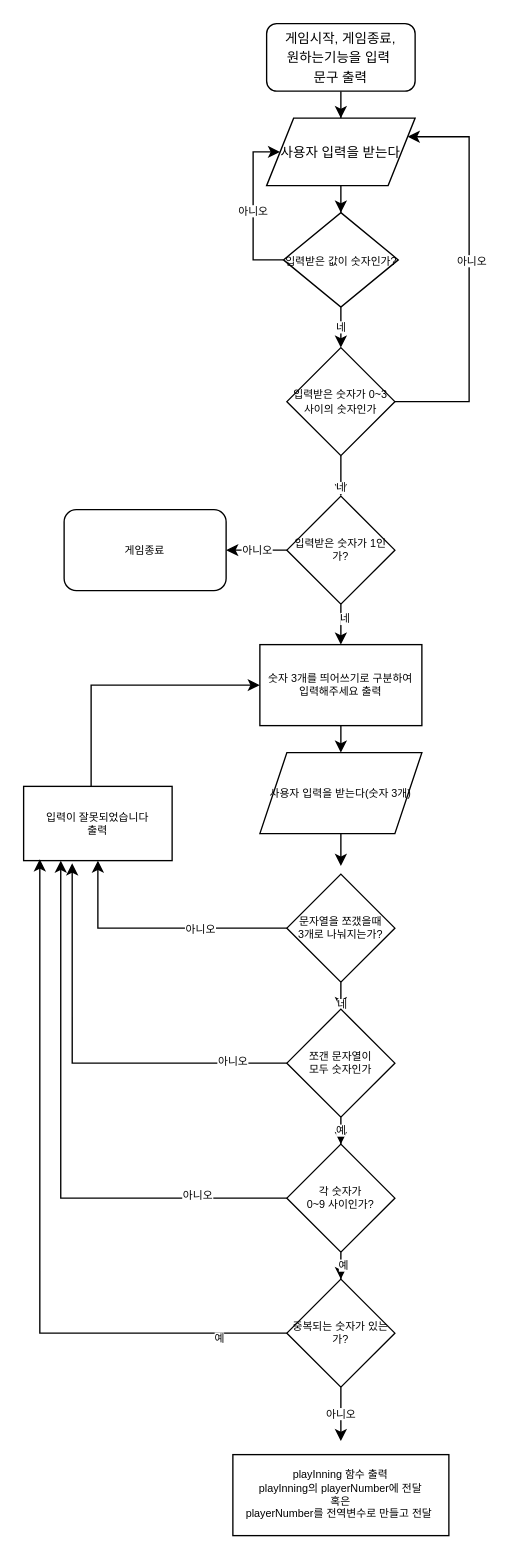
The draw.io diagram page "Page-1" (1 of 2) of STEP2 순서도.drawio in na-young-kwon/ios-number-baseball, before the edit. Source tidied: cells renumbered, new cells numbered last; positions are measured from the earlier drawing's top-left corner, leaving out a move shared by most shapes. Both pictures are drawn from the tidied source at 135%, with x=0, y=0 at pixel (23, 23).
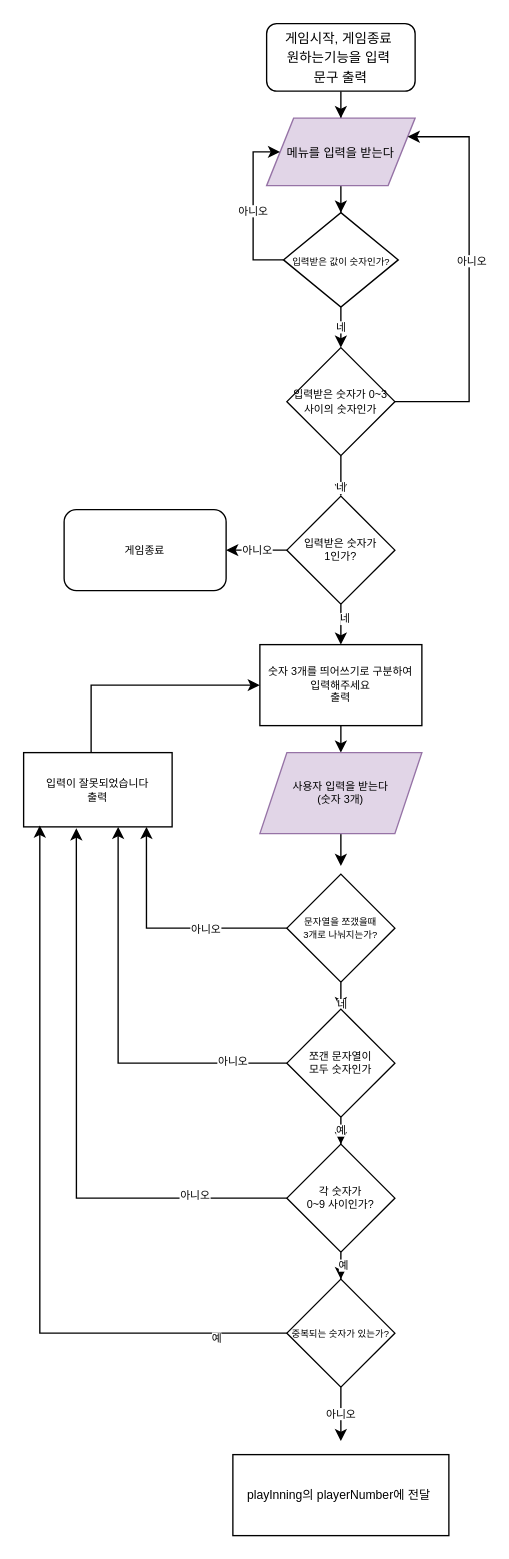
After the change.

Unchanged cells that the change refers to:
```xml
<mxCell id="34" value="쪼갠 문자열이 &lt;br&gt;모두 숫자인가" style="rhombus;whiteSpace=wrap;html=1;fontSize=8;" parent="1" vertex="1">
  <mxGeometry x="195" y="730" width="80" height="80" as="geometry" />
</mxCell>
<mxCell id="39" value="각 숫자가 &lt;br&gt;0~9 사이인가?" style="rhombus;whiteSpace=wrap;html=1;fontSize=8;" parent="1" vertex="1">
  <mxGeometry x="195" y="830" width="80" height="80" as="geometry" />
</mxCell>
```

What changed in the source:
```diff
@@
-<mxGraphModel>
+<mxGraphModel background="#FFFFFF">
@@
-    <mxCell id="3" value="&lt;font style=&quot;font-size: 10px&quot;&gt;게임시작, 게임종료, &lt;br&gt;원하는기능을 입력&amp;nbsp;&lt;br&gt;문구 출력&lt;/font&gt;" style="rounded=1;whiteSpace=wrap;html=1;" parent="1" vertex="1">
+    <mxCell id="3" value="&lt;font style=&quot;font-size: 10px&quot;&gt;게임시작, 게임종료&amp;nbsp;&lt;br&gt;원하는기능을 입력&amp;nbsp;&lt;br&gt;문구 출력&lt;/font&gt;" style="rounded=1;whiteSpace=wrap;html=1;" parent="1" vertex="1">
       <mxGeometry x="180" width="110" height="50" as="geometry" />
     </mxCell>
@@
-    <mxCell id="5" value="&lt;font style=&quot;font-size: 10px&quot;&gt;사용자 입력을 받는다&lt;/font&gt;" style="shape=parallelogram;perimeter=parallelogramPerimeter;whiteSpace=wrap;html=1;fixedSize=1;" parent="1" vertex="1">
+    <mxCell id="5" value="&lt;font style=&quot;font-size: 9px&quot;&gt;메뉴를 입력을 받는다&lt;/font&gt;" style="shape=parallelogram;perimeter=parallelogramPerimeter;whiteSpace=wrap;html=1;fixedSize=1;fillColor=#e1d5e7;strokeColor=#9673a6;" parent="1" vertex="1">
       <mxGeometry x="180" y="70" width="110" height="50" as="geometry" />
     </mxCell>
@@
-    <mxCell id="9" value="&lt;font style=&quot;font-size: 8px&quot;&gt;입력받은 값이 숫자인가?&lt;/font&gt;" style="rhombus;whiteSpace=wrap;html=1;fontSize=10;" parent="1" vertex="1">
+    <mxCell id="9" value="&lt;font style=&quot;font-size: 7px&quot;&gt;입력받은 값이 숫자인가?&lt;/font&gt;" style="rhombus;whiteSpace=wrap;html=1;fontSize=10;" parent="1" vertex="1">
       <mxGeometry x="192.5" y="140" width="85" height="70" as="geometry" />
     </mxCell>
@@
-    <mxCell id="16" value="숫자 3개를 띄어쓰기로 구분하여 &lt;br&gt;입력해주세요 출력" style="rounded=0;whiteSpace=wrap;html=1;fontSize=8;" parent="1" vertex="1">
+    <mxCell id="16" value="숫자 3개를 띄어쓰기로 구분하여 &lt;br&gt;입력해주세요 &lt;br&gt;출력" style="rounded=0;whiteSpace=wrap;html=1;fontSize=8;" parent="1" vertex="1">
       <mxGeometry x="175" y="460" width="120" height="60" as="geometry" />
     </mxCell>
@@
-    <mxCell id="20" value="입력받은 숫자가 1인가?" style="rhombus;whiteSpace=wrap;html=1;fontSize=8;" parent="1" vertex="1">
+    <mxCell id="20" value="입력받은 숫자가 &lt;br&gt;1인가?" style="rhombus;whiteSpace=wrap;html=1;fontSize=8;" parent="1" vertex="1">
       <mxGeometry x="195" y="350" width="80" height="80" as="geometry" />
     </mxCell>
@@
-    <mxCell id="23" value="사용자 입력을 받는다(숫자 3개)" style="shape=parallelogram;perimeter=parallelogramPerimeter;whiteSpace=wrap;html=1;fixedSize=1;fontSize=8;" parent="1" vertex="1">
+    <mxCell id="23" value="사용자 입력을 받는다&lt;br&gt;(숫자 3개)" style="shape=parallelogram;perimeter=parallelogramPerimeter;whiteSpace=wrap;html=1;fixedSize=1;fontSize=8;fillColor=#e1d5e7;strokeColor=#9673a6;" parent="1" vertex="1">
       <mxGeometry x="175" y="540" width="120" height="60" as="geometry" />
     </mxCell>
@@
-    <mxCell id="26" style="edgeStyle=orthogonalEdgeStyle;rounded=0;jettySize=auto;html=1;fontSize=8;" parent="1" edge="1" source="28" target="30">
+    <mxCell id="26" style="edgeStyle=orthogonalEdgeStyle;rounded=0;jettySize=auto;html=1;fontSize=8;entryX=0.827;entryY=1;entryDx=0;entryDy=0;entryPerimeter=0;" parent="1" edge="1" source="28" target="30">
       <mxGeometry relative="1" as="geometry" />
     </mxCell>
@@
-    <mxCell id="28" value="문자열을 쪼갰을때 &lt;br&gt;3개로 나눠지는가?" style="rhombus;whiteSpace=wrap;html=1;fontSize=8;" parent="1" vertex="1">
+    <mxCell id="28" value="&lt;font style=&quot;font-size: 7px&quot;&gt;문자열을 쪼갰을때 &lt;br&gt;3개로 나눠지는가?&lt;/font&gt;" style="rhombus;whiteSpace=wrap;html=1;fontSize=8;" parent="1" vertex="1">
       <mxGeometry x="195" y="630" width="80" height="80" as="geometry" />
     </mxCell>
@@
     <mxCell id="30" value="입력이 잘못되었습니다&lt;br&gt;출력" style="rounded=0;whiteSpace=wrap;html=1;fontSize=8;" parent="1" vertex="1">
-      <mxGeometry y="565" width="110" height="55" as="geometry" />
+      <mxGeometry y="540" width="110" height="55" as="geometry" />
     </mxCell>
-    <mxCell id="31" style="edgeStyle=orthogonalEdgeStyle;rounded=0;jettySize=auto;html=1;fontSize=8;entryX=0.327;entryY=1.036;entryDx=0;entryDy=0;entryPerimeter=0;" parent="1" edge="1" source="34" target="30">
+    <mxCell id="31" style="edgeStyle=orthogonalEdgeStyle;rounded=0;jettySize=auto;html=1;fontSize=8;" parent="1" edge="1" source="34">
       <mxGeometry relative="1" as="geometry">
+        <mxPoint x="70" y="595" as="targetPoint" />
         <Array as="points">
-          <mxPoint x="36" y="770" />
+          <mxPoint x="70" y="770" />
+          <mxPoint x="70" y="595" />
         </Array>
       </mxGeometry>
     </mxCell>
@@
-    <mxCell id="37" style="edgeStyle=orthogonalEdgeStyle;rounded=0;jettySize=auto;html=1;entryX=0.25;entryY=1;entryDx=0;entryDy=0;fontSize=8;" parent="1" edge="1" source="39" target="30">
+    <mxCell id="37" style="edgeStyle=orthogonalEdgeStyle;rounded=0;jettySize=auto;html=1;fontSize=8;entryX=0.355;entryY=1.018;entryDx=0;entryDy=0;entryPerimeter=0;" parent="1" edge="1" source="39" target="30">
       <mxGeometry relative="1" as="geometry" />
     </mxCell>
@@
-    <mxCell id="43" value="중복되는 숫자가 있는가?" style="rhombus;whiteSpace=wrap;html=1;fontSize=8;" parent="1" vertex="1">
+    <mxCell id="43" value="&lt;font style=&quot;font-size: 7px&quot;&gt;중복되는 숫자가 있는가?&lt;/font&gt;" style="rhombus;whiteSpace=wrap;html=1;fontSize=8;" parent="1" vertex="1">
       <mxGeometry x="195" y="930" width="80" height="80" as="geometry" />
     </mxCell>
-    <mxCell id="44" value="playInning 함수 출력&lt;br&gt;playInning의 playerNumber에 전달&lt;br&gt;혹은&lt;br&gt;playerNumber를 전역변수로 만들고 전달&amp;nbsp;" style="rounded=0;whiteSpace=wrap;html=1;fontSize=8;" parent="1" vertex="1">
+    <mxCell id="44" value="&lt;font style=&quot;font-size: 9px&quot;&gt;playInning의 playerNumber에 전달&amp;nbsp;&lt;/font&gt;" style="rounded=0;whiteSpace=wrap;html=1;fontSize=8;" parent="1" vertex="1">
       <mxGeometry x="155" y="1060" width="160" height="60" as="geometry" />
     </mxCell>
```
